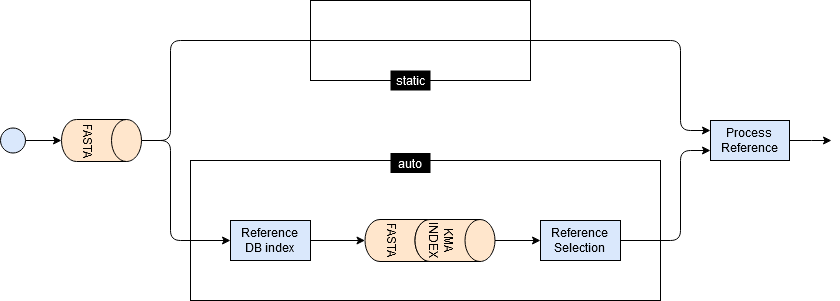
Before: docs/images/ref_selection_channels.png, a diagram exported from draw.io (rki-mf1/omnifluss). Source tidied: cells renumbered, new cells last; positions are measured from the earlier drawing's top-left corner, leaving out a move shared by most shapes. Its diagram source:
```xml
<mxGraphModel>
  <root>
    <mxCell id="0" />
    <mxCell id="1" parent="0" />
    <mxCell id="2" style="rounded=0;whiteSpace=wrap;html=1;fillColor=none;" parent="1" vertex="1">
      <mxGeometry x="190" y="160" width="470" height="140" as="geometry" />
    </mxCell>
    <mxCell id="3" value="Reference&lt;br&gt;DB index" style="rounded=0;whiteSpace=wrap;html=1;fillColor=#dae8fc;strokeColor=default;" parent="1" vertex="1">
      <mxGeometry x="230" y="220" width="80" height="40" as="geometry" />
    </mxCell>
    <mxCell id="4" style="edgeStyle=orthogonalEdgeStyle;rounded=1;jettySize=auto;html=1;exitX=1;exitY=0.5;exitDx=0;exitDy=0;entryX=0;entryY=0.75;entryDx=0;entryDy=0;curved=0;" parent="1" edge="1" source="5" target="10">
      <mxGeometry relative="1" as="geometry">
        <Array as="points">
          <mxPoint x="680" y="240" />
          <mxPoint x="680" y="150" />
        </Array>
      </mxGeometry>
    </mxCell>
    <mxCell id="5" value="Reference&lt;br&gt;Selection" style="rounded=0;whiteSpace=wrap;html=1;fillColor=#dae8fc;strokeColor=default;" parent="1" vertex="1">
      <mxGeometry x="540" y="220" width="80" height="40" as="geometry" />
    </mxCell>
    <mxCell id="6" style="edgeStyle=orthogonalEdgeStyle;rounded=0;jettySize=auto;html=1;exitX=0.5;exitY=0;exitDx=0;exitDy=0;exitPerimeter=0;entryX=0;entryY=0.5;entryDx=0;entryDy=0;" parent="1" edge="1" source="19" target="5">
      <mxGeometry relative="1" as="geometry" />
    </mxCell>
    <mxCell id="7" style="edgeStyle=orthogonalEdgeStyle;rounded=0;jettySize=auto;html=1;exitX=1;exitY=0.5;exitDx=0;exitDy=0;entryX=0.5;entryY=1;entryDx=0;entryDy=0;entryPerimeter=0;" parent="1" edge="1" source="3" target="18">
      <mxGeometry relative="1" as="geometry" />
    </mxCell>
    <mxCell id="8" style="rounded=0;whiteSpace=wrap;html=1;fillColor=none;" parent="1" vertex="1">
      <mxGeometry x="310" width="220" height="80" as="geometry" />
    </mxCell>
    <mxCell id="9" style="edgeStyle=orthogonalEdgeStyle;rounded=0;jettySize=auto;html=1;exitX=1;exitY=0.5;exitDx=0;exitDy=0;" parent="1" edge="1" source="10">
      <mxGeometry relative="1" as="geometry">
        <mxPoint x="831" y="140" as="targetPoint" />
        <Array as="points">
          <mxPoint x="811" y="140" />
          <mxPoint x="811" y="140" />
        </Array>
      </mxGeometry>
    </mxCell>
    <mxCell id="10" value="Process&lt;br&gt;Reference" style="rounded=0;whiteSpace=wrap;html=1;fillColor=#dae8fc;strokeColor=default;" parent="1" vertex="1">
      <mxGeometry x="710" y="120" width="79" height="40" as="geometry" />
    </mxCell>
    <mxCell id="11" style="edgeStyle=orthogonalEdgeStyle;rounded=0;jettySize=auto;html=1;exitX=1;exitY=0.5;exitDx=0;exitDy=0;entryX=0.5;entryY=1;entryDx=0;entryDy=0;entryPerimeter=0;" parent="1" edge="1" source="12" target="15">
      <mxGeometry relative="1" as="geometry" />
    </mxCell>
    <mxCell id="12" style="ellipse;whiteSpace=wrap;html=1;fillColor=#dae8fc;strokeColor=default;" parent="1" vertex="1">
      <mxGeometry y="127.5" width="25" height="25" as="geometry" />
    </mxCell>
    <mxCell id="13" style="edgeStyle=orthogonalEdgeStyle;rounded=1;jettySize=auto;html=1;exitX=0.5;exitY=0;exitDx=0;exitDy=0;exitPerimeter=0;entryX=0;entryY=0.5;entryDx=0;entryDy=0;curved=0;" parent="1" edge="1" source="15" target="3">
      <mxGeometry relative="1" as="geometry">
        <Array as="points">
          <mxPoint x="170" y="140" />
          <mxPoint x="170" y="240" />
        </Array>
      </mxGeometry>
    </mxCell>
    <mxCell id="14" style="edgeStyle=orthogonalEdgeStyle;rounded=1;jettySize=auto;html=1;exitX=0.5;exitY=0;exitDx=0;exitDy=0;exitPerimeter=0;entryX=0;entryY=0.25;entryDx=0;entryDy=0;fillColor=#d5e8d4;strokeColor=default;curved=0;" parent="1" edge="1" source="15" target="10">
      <mxGeometry relative="1" as="geometry">
        <Array as="points">
          <mxPoint x="170" y="140" />
          <mxPoint x="170" y="40" />
          <mxPoint x="680" y="40" />
          <mxPoint x="680" y="130" />
        </Array>
      </mxGeometry>
    </mxCell>
    <mxCell id="15" value="FASTA" style="shape=cylinder3;whiteSpace=wrap;html=1;boundedLbl=1;backgroundOutline=1;size=15;rotation=90;fillColor=#ffe6cc;strokeColor=default;" parent="1" vertex="1">
      <mxGeometry x="80" y="100" width="42" height="80" as="geometry" />
    </mxCell>
    <mxCell id="16" value="static" style="text;html=1;align=center;verticalAlign=middle;whiteSpace=wrap;rounded=0;fillColor=#000000;fontColor=#FFFFFF;" parent="1" vertex="1">
      <mxGeometry x="390" y="70" width="40" height="20" as="geometry" />
    </mxCell>
    <mxCell id="17" value="auto" style="text;html=1;align=center;verticalAlign=middle;whiteSpace=wrap;rounded=0;fillColor=#000000;fontColor=#FFFFFF;" parent="1" vertex="1">
      <mxGeometry x="390" y="152.5" width="40" height="20" as="geometry" />
    </mxCell>
    <mxCell id="18" value="FASTA" style="shape=cylinder3;whiteSpace=wrap;html=1;boundedLbl=1;backgroundOutline=1;size=15;rotation=90;fillColor=#ffe6cc;strokeColor=default;" parent="1" vertex="1">
      <mxGeometry x="383.5" y="200" width="42" height="80" as="geometry" />
    </mxCell>
    <mxCell id="19" value="KMA&lt;br&gt;INDEX" style="shape=cylinder3;whiteSpace=wrap;html=1;boundedLbl=1;backgroundOutline=1;size=15;rotation=90;fillColor=#ffe6cc;strokeColor=default;" parent="1" vertex="1">
      <mxGeometry x="433.5" y="200" width="42" height="80" as="geometry" />
    </mxCell>
  </root>
</mxGraphModel>
```
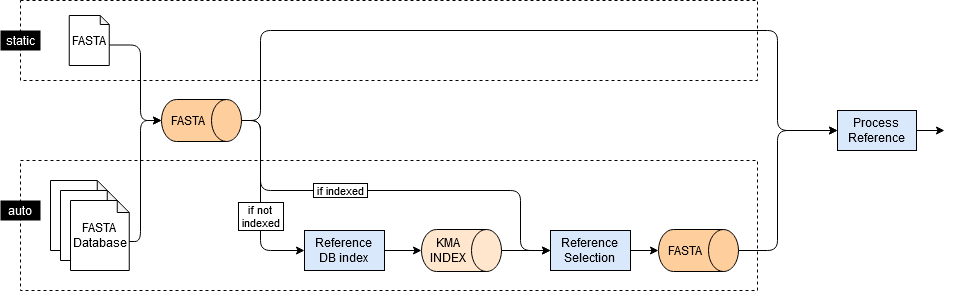
After the commit.

Change to the diagram source:
```diff
@@ -2,82 +2,127 @@
   <root>
     <mxCell id="0" />
     <mxCell id="1" parent="0" />
-    <mxCell id="2" style="rounded=0;whiteSpace=wrap;html=1;fillColor=none;" parent="1" vertex="1">
-      <mxGeometry x="190" y="160" width="470" height="140" as="geometry" />
+    <mxCell id="2" style="rounded=0;whiteSpace=wrap;html=1;fillColor=none;dashed=1;" parent="1" vertex="1">
+      <mxGeometry x="13" y="160" width="737" height="130" as="geometry" />
     </mxCell>
+    <mxCell id="20" style="rounded=0;whiteSpace=wrap;html=1;fillColor=none;dashed=1;" parent="1" vertex="1">
+      <mxGeometry x="13" width="737" height="80" as="geometry" />
+    </mxCell>
     <mxCell id="3" value="Reference&lt;br&gt;DB index" style="rounded=0;whiteSpace=wrap;html=1;fillColor=#dae8fc;strokeColor=default;" parent="1" vertex="1">
-      <mxGeometry x="230" y="220" width="80" height="40" as="geometry" />
+      <mxGeometry x="297" y="230" width="80" height="40" as="geometry" />
     </mxCell>
-    <mxCell id="4" style="edgeStyle=orthogonalEdgeStyle;rounded=1;jettySize=auto;html=1;exitX=1;exitY=0.5;exitDx=0;exitDy=0;entryX=0;entryY=0.75;entryDx=0;entryDy=0;curved=0;" parent="1" edge="1" source="5" target="10">
+    <mxCell id="4" style="edgeStyle=orthogonalEdgeStyle;rounded=1;jettySize=auto;html=1;exitX=1;exitY=0.5;exitDx=0;exitDy=0;entryX=0;entryY=0.5;entryDx=0;entryDy=0;curved=0;" parent="1" edge="1" source="30" target="10">
       <mxGeometry relative="1" as="geometry">
         <Array as="points">
-          <mxPoint x="680" y="240" />
-          <mxPoint x="680" y="150" />
+          <mxPoint x="770" y="250" />
+          <mxPoint x="770" y="130" />
         </Array>
       </mxGeometry>
     </mxCell>
     <mxCell id="5" value="Reference&lt;br&gt;Selection" style="rounded=0;whiteSpace=wrap;html=1;fillColor=#dae8fc;strokeColor=default;" parent="1" vertex="1">
-      <mxGeometry x="540" y="220" width="80" height="40" as="geometry" />
+      <mxGeometry x="543" y="230" width="80" height="40" as="geometry" />
     </mxCell>
     <mxCell id="6" style="edgeStyle=orthogonalEdgeStyle;rounded=0;jettySize=auto;html=1;exitX=0.5;exitY=0;exitDx=0;exitDy=0;exitPerimeter=0;entryX=0;entryY=0.5;entryDx=0;entryDy=0;" parent="1" edge="1" source="19" target="5">
       <mxGeometry relative="1" as="geometry" />
     </mxCell>
-    <mxCell id="7" style="edgeStyle=orthogonalEdgeStyle;rounded=0;jettySize=auto;html=1;exitX=1;exitY=0.5;exitDx=0;exitDy=0;entryX=0.5;entryY=1;entryDx=0;entryDy=0;entryPerimeter=0;" parent="1" edge="1" source="3" target="18">
+    <mxCell id="7" style="edgeStyle=orthogonalEdgeStyle;rounded=0;jettySize=auto;html=1;exitX=1;exitY=0.5;exitDx=0;exitDy=0;entryX=0.5;entryY=1;entryDx=0;entryDy=0;entryPerimeter=0;" parent="1" edge="1" source="3" target="19">
       <mxGeometry relative="1" as="geometry" />
     </mxCell>
-    <mxCell id="8" style="rounded=0;whiteSpace=wrap;html=1;fillColor=none;" parent="1" vertex="1">
-      <mxGeometry x="310" width="220" height="80" as="geometry" />
-    </mxCell>
     <mxCell id="9" style="edgeStyle=orthogonalEdgeStyle;rounded=0;jettySize=auto;html=1;exitX=1;exitY=0.5;exitDx=0;exitDy=0;" parent="1" edge="1" source="10">
       <mxGeometry relative="1" as="geometry">
-        <mxPoint x="831" y="140" as="targetPoint" />
+        <mxPoint x="937" y="130" as="targetPoint" />
         <Array as="points">
-          <mxPoint x="811" y="140" />
-          <mxPoint x="811" y="140" />
+          <mxPoint x="931" y="130" />
+          <mxPoint x="931" y="130" />
         </Array>
       </mxGeometry>
     </mxCell>
     <mxCell id="10" value="Process&lt;br&gt;Reference" style="rounded=0;whiteSpace=wrap;html=1;fillColor=#dae8fc;strokeColor=default;" parent="1" vertex="1">
-      <mxGeometry x="710" y="120" width="79" height="40" as="geometry" />
+      <mxGeometry x="830" y="110" width="79" height="40" as="geometry" />
     </mxCell>
-    <mxCell id="11" style="edgeStyle=orthogonalEdgeStyle;rounded=0;jettySize=auto;html=1;exitX=1;exitY=0.5;exitDx=0;exitDy=0;entryX=0.5;entryY=1;entryDx=0;entryDy=0;entryPerimeter=0;" parent="1" edge="1" source="12" target="15">
-      <mxGeometry relative="1" as="geometry" />
+    <mxCell id="11" style="edgeStyle=orthogonalEdgeStyle;rounded=1;jettySize=auto;html=1;entryX=0.5;entryY=1;entryDx=0;entryDy=0;entryPerimeter=0;curved=0;exitX=0;exitY=0;exitDx=58.75;exitDy=41;exitPerimeter=0;" parent="1" edge="1" source="28" target="15">
+      <mxGeometry relative="1" as="geometry">
+        <Array as="points">
+          <mxPoint x="133" y="241" />
+          <mxPoint x="133" y="120" />
+        </Array>
+      </mxGeometry>
     </mxCell>
-    <mxCell id="12" style="ellipse;whiteSpace=wrap;html=1;fillColor=#dae8fc;strokeColor=default;" parent="1" vertex="1">
-      <mxGeometry y="127.5" width="25" height="25" as="geometry" />
-    </mxCell>
     <mxCell id="13" style="edgeStyle=orthogonalEdgeStyle;rounded=1;jettySize=auto;html=1;exitX=0.5;exitY=0;exitDx=0;exitDy=0;exitPerimeter=0;entryX=0;entryY=0.5;entryDx=0;entryDy=0;curved=0;" parent="1" edge="1" source="15" target="3">
       <mxGeometry relative="1" as="geometry">
         <Array as="points">
-          <mxPoint x="170" y="140" />
-          <mxPoint x="170" y="240" />
+          <mxPoint x="253" y="120" />
+          <mxPoint x="253" y="250" />
         </Array>
       </mxGeometry>
     </mxCell>
+    <mxCell id="21" value="if not&lt;br&gt;&amp;nbsp;indexed&amp;nbsp; " style="edgeLabel;html=1;align=center;verticalAlign=middle;labelBorderColor=default;" parent="13" vertex="1">
+      <mxGeometry x="0.02" relative="1" as="geometry">
+        <mxPoint y="16" as="offset" />
+      </mxGeometry>
+    </mxCell>
-    <mxCell id="14" style="edgeStyle=orthogonalEdgeStyle;rounded=1;jettySize=auto;html=1;exitX=0.5;exitY=0;exitDx=0;exitDy=0;exitPerimeter=0;entryX=0;entryY=0.25;entryDx=0;entryDy=0;fillColor=#d5e8d4;strokeColor=default;curved=0;" parent="1" edge="1" source="15" target="10">
+    <mxCell id="14" style="edgeStyle=orthogonalEdgeStyle;rounded=1;jettySize=auto;html=1;exitX=0.5;exitY=0;exitDx=0;exitDy=0;exitPerimeter=0;entryX=0;entryY=0.5;entryDx=0;entryDy=0;fillColor=#d5e8d4;strokeColor=default;curved=0;" parent="1" edge="1" source="15" target="10">
       <mxGeometry relative="1" as="geometry">
         <Array as="points">
-          <mxPoint x="170" y="140" />
-          <mxPoint x="170" y="40" />
-          <mxPoint x="680" y="40" />
-          <mxPoint x="680" y="130" />
+          <mxPoint x="253" y="120" />
+          <mxPoint x="253" y="30" />
+          <mxPoint x="770" y="30" />
+          <mxPoint x="770" y="130" />
         </Array>
       </mxGeometry>
     </mxCell>
+    <mxCell id="22" style="edgeStyle=orthogonalEdgeStyle;rounded=1;jettySize=auto;html=1;exitX=0.5;exitY=0;exitDx=0;exitDy=0;exitPerimeter=0;entryX=0;entryY=0.5;entryDx=0;entryDy=0;curved=0;" parent="1" edge="1" source="15" target="5">
+      <mxGeometry relative="1" as="geometry">
+        <Array as="points">
+          <mxPoint x="253" y="120" />
+          <mxPoint x="253" y="190" />
+          <mxPoint x="513" y="190" />
+          <mxPoint x="513" y="250" />
+        </Array>
+      </mxGeometry>
+    </mxCell>
+    <mxCell id="23" value="&amp;nbsp;if indexed&amp;nbsp; " style="edgeLabel;html=1;align=center;verticalAlign=middle;labelBorderColor=default;" parent="22" vertex="1">
+      <mxGeometry x="-0.19" y="-3" relative="1" as="geometry">
+        <mxPoint x="-8" y="-3" as="offset" />
+      </mxGeometry>
+    </mxCell>
-    <mxCell id="15" value="FASTA" style="shape=cylinder3;whiteSpace=wrap;html=1;boundedLbl=1;backgroundOutline=1;size=15;rotation=90;fillColor=#ffe6cc;strokeColor=default;" parent="1" vertex="1">
-      <mxGeometry x="80" y="100" width="42" height="80" as="geometry" />
+    <mxCell id="15" value="FASTA" style="shape=cylinder3;whiteSpace=wrap;html=1;boundedLbl=1;backgroundOutline=1;size=15;rotation=90;fillColor=light-dark(#ffce9d, #36210a);strokeColor=default;textDirection=ltr;horizontal=0;" parent="1" vertex="1">
+      <mxGeometry x="173" y="80" width="42" height="80" as="geometry" />
     </mxCell>
     <mxCell id="16" value="static" style="text;html=1;align=center;verticalAlign=middle;whiteSpace=wrap;rounded=0;fillColor=#000000;fontColor=#FFFFFF;" parent="1" vertex="1">
-      <mxGeometry x="390" y="70" width="40" height="20" as="geometry" />
+      <mxGeometry x="-7" y="30" width="40" height="20" as="geometry" />
     </mxCell>
     <mxCell id="17" value="auto" style="text;html=1;align=center;verticalAlign=middle;whiteSpace=wrap;rounded=0;fillColor=#000000;fontColor=#FFFFFF;" parent="1" vertex="1">
-      <mxGeometry x="390" y="152.5" width="40" height="20" as="geometry" />
+      <mxGeometry x="-7" y="200" width="40" height="20" as="geometry" />
     </mxCell>
-    <mxCell id="18" value="FASTA" style="shape=cylinder3;whiteSpace=wrap;html=1;boundedLbl=1;backgroundOutline=1;size=15;rotation=90;fillColor=#ffe6cc;strokeColor=default;" parent="1" vertex="1">
-      <mxGeometry x="383.5" y="200" width="42" height="80" as="geometry" />
-    </mxCell>
-    <mxCell id="19" value="KMA&lt;br&gt;INDEX" style="shape=cylinder3;whiteSpace=wrap;html=1;boundedLbl=1;backgroundOutline=1;size=15;rotation=90;fillColor=#ffe6cc;strokeColor=default;" parent="1" vertex="1">
-      <mxGeometry x="433.5" y="200" width="42" height="80" as="geometry" />
+    <mxCell id="19" value="KMA&lt;br&gt;INDEX" style="shape=cylinder3;whiteSpace=wrap;html=1;boundedLbl=1;backgroundOutline=1;size=15;rotation=90;fillColor=#ffe6cc;strokeColor=default;horizontal=0;" parent="1" vertex="1">
+      <mxGeometry x="433" y="210" width="42" height="80" as="geometry" />
     </mxCell>
+    <mxCell id="24" style="edgeStyle=orthogonalEdgeStyle;rounded=1;jettySize=auto;html=1;entryX=0.5;entryY=1;entryDx=0;entryDy=0;entryPerimeter=0;curved=0;exitX=0;exitY=0;exitDx=40;exitDy=29.5;exitPerimeter=0;" parent="1" edge="1" source="25" target="15">
+      <mxGeometry relative="1" as="geometry">
+        <Array as="points">
+          <mxPoint x="133" y="45" />
+          <mxPoint x="133" y="120" />
+        </Array>
+      </mxGeometry>
+    </mxCell>
+    <mxCell id="25" value="FASTA" style="shape=note;whiteSpace=wrap;html=1;backgroundOutline=1;darkOpacity=0.05;size=9;" parent="1" vertex="1">
+      <mxGeometry x="61.8" y="15" width="40" height="50" as="geometry" />
+    </mxCell>
+    <mxCell id="26" style="shape=note;whiteSpace=wrap;html=1;backgroundOutline=1;darkOpacity=0.05;size=12;" parent="1" vertex="1">
+      <mxGeometry x="43" y="180" width="58.8" height="70" as="geometry" />
+    </mxCell>
+    <mxCell id="27" style="shape=note;whiteSpace=wrap;html=1;backgroundOutline=1;darkOpacity=0.05;size=12;" parent="1" vertex="1">
+      <mxGeometry x="53" y="190" width="58.8" height="70" as="geometry" />
+    </mxCell>
+    <mxCell id="28" value="FASTA&lt;br&gt;Database" style="shape=note;whiteSpace=wrap;html=1;backgroundOutline=1;darkOpacity=0.05;size=12;" parent="1" vertex="1">
+      <mxGeometry x="63" y="200" width="58.8" height="70" as="geometry" />
+    </mxCell>
+    <mxCell id="29" style="edgeStyle=orthogonalEdgeStyle;rounded=1;jettySize=auto;html=1;exitX=1;exitY=0.5;exitDx=0;exitDy=0;entryX=0.5;entryY=1;entryDx=0;entryDy=0;curved=0;entryPerimeter=0;" parent="1" edge="1" source="5" target="30">
+      <mxGeometry relative="1" as="geometry" />
+    </mxCell>
+    <mxCell id="30" value="FASTA" style="shape=cylinder3;whiteSpace=wrap;html=1;boundedLbl=1;backgroundOutline=1;size=15;rotation=90;fillColor=light-dark(#ffce9d, #36210a);strokeColor=default;textDirection=ltr;horizontal=0;" parent="1" vertex="1">
+      <mxGeometry x="670" y="210" width="42" height="80" as="geometry" />
+    </mxCell>
   </root>
 </mxGraphModel>
```
